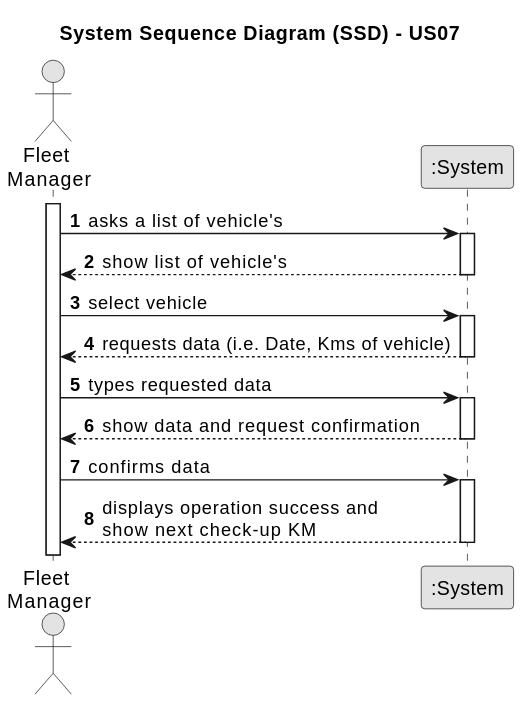
Above: docs/sprintB/us07/01.requirements-engineering/svg/us07-system-sequence-diagram.svg in Paulo-Pereira-at-ISEP/lei-24-s2-1nanb-g321 (PlantUML), before the change.
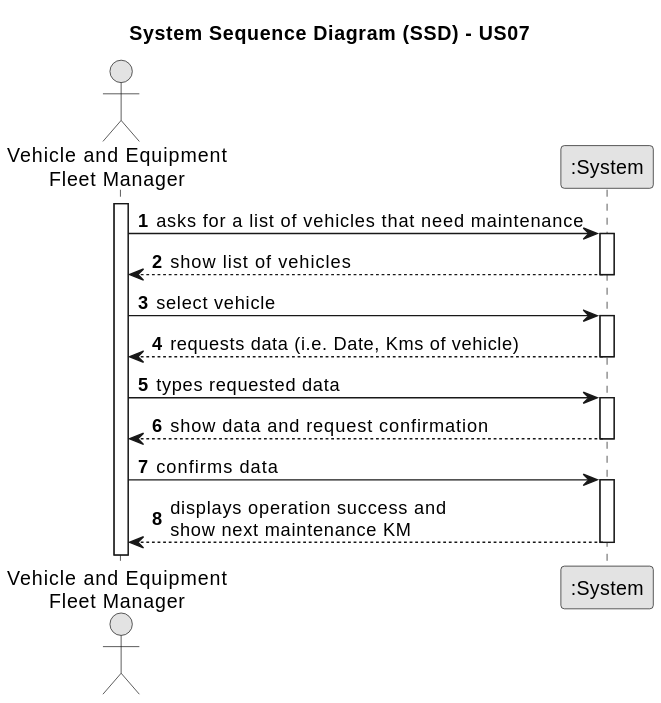
Above is the later version.

Commit message:
LGGPM-43 - Update SSD

The edit, as a diff of the source:
```diff
@@ -7,15 +7,15 @@
 
 autonumber
 
-actor "Fleet \nManager" as Employee
+actor "Vehicle and Equipment\nFleet Manager" as Employee
 participant ":System" as System
 
 activate Employee
 
-    Employee -> System : asks a list of vehicle's
+    Employee -> System : asks for a list of vehicles that need maintenance
     activate System
 
-        System --> Employee : show list of vehicle's
+        System --> Employee : show list of vehicles
     deactivate System
 
     Employee -> System : select vehicle
@@ -33,6 +33,6 @@
     Employee -> System : confirms data
     activate System
 
-        System --> Employee : displays operation success and \nshow next check-up KM
+        System --> Employee : displays operation success and \nshow next maintenance KM
     deactivate System
 @enduml
```
